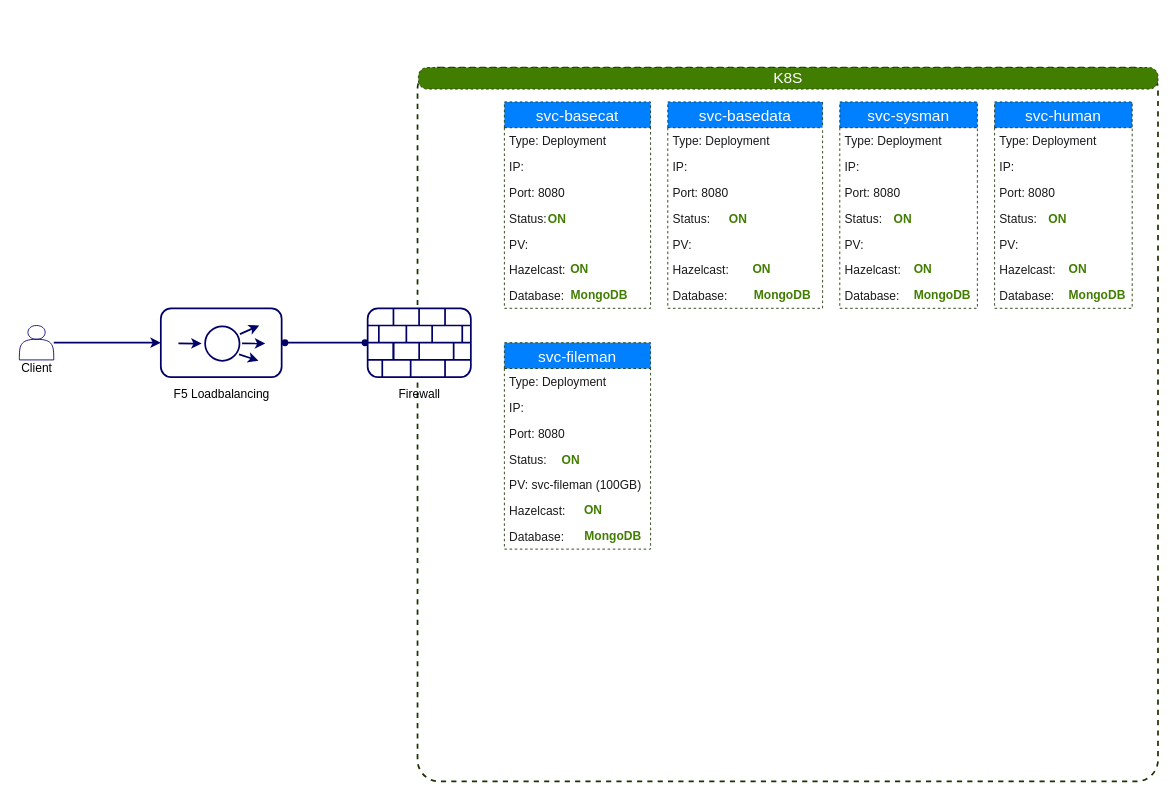
Earlier version of the draw.io diagram Biểu đồ không có tiêu đề.drawio (mitgaming/drawio). Source tidied: cells renumbered, new cells numbered last; positions are measured from the earlier drawing's top-left corner, leaving out a move shared by most shapes. Both pictures are drawn from the tidied source at 86%, with x=0, y=0 at pixel (15, 67).
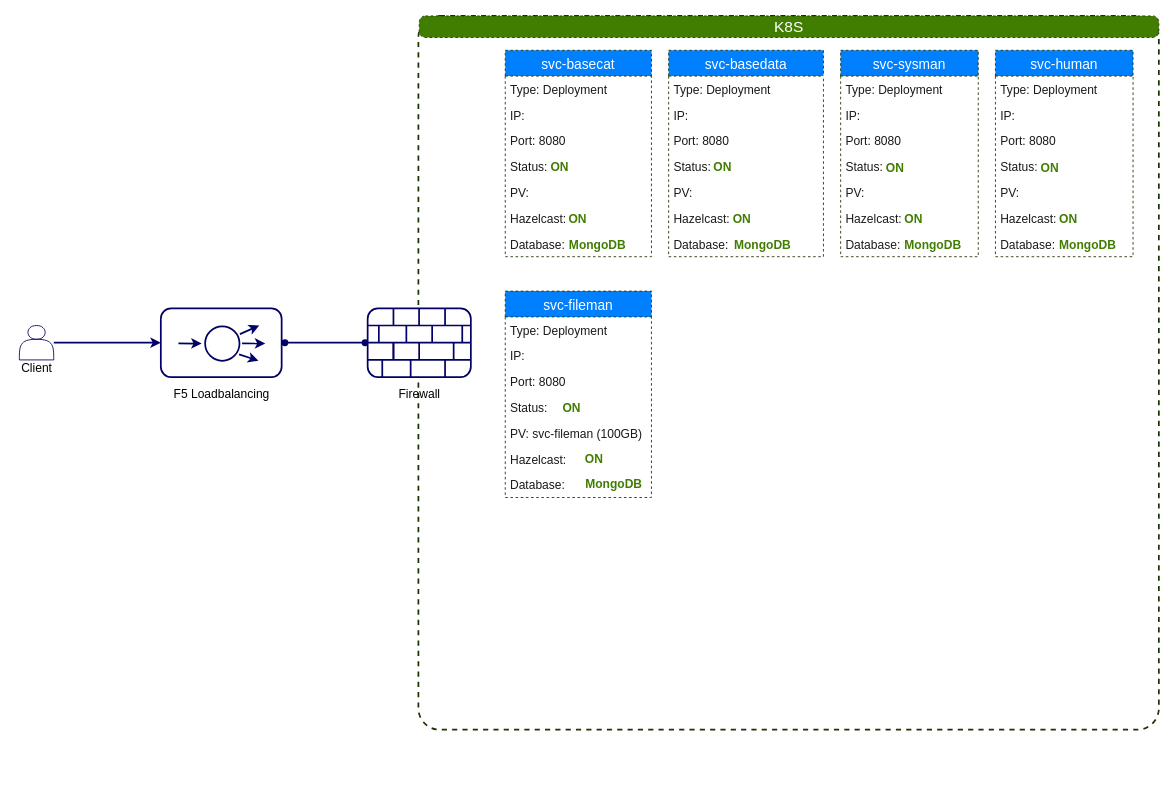
After the change.

Commit message (it also covers changes not shown here):
Cập nhật Biểu đồ không có tiêu đề.drawio

Unchanged cells that the change refers to:
```xml
<mxCell id="21" style="group;" parent="18" vertex="1">
  <mxGeometry x="100" y="40" width="170" height="240" as="geometry" />
</mxCell>
<mxCell id="33" style="group;" parent="18" vertex="1">
  <mxGeometry x="490" y="40" width="160" height="240" as="geometry" />
</mxCell>
<mxCell id="45" style="group;" parent="18" vertex="1">
  <mxGeometry x="100" y="320" width="170" height="240" as="geometry" />
</mxCell>
<mxCell id="57" style="group;" parent="18" vertex="1">
  <mxGeometry x="290" y="40" width="180" height="240" as="geometry" />
</mxCell>
<mxCell id="69" style="group;" parent="18" vertex="1">
  <mxGeometry x="670" y="40" width="160" height="240" as="geometry" />
</mxCell>
```

The edit, as a diff of the source:
```diff
@@
     <mxCell id="18" style="group;" parent="1" vertex="1">
-      <mxGeometry x="469" width="860" height="830" as="geometry" />
+      <mxGeometry x="470" y="-60" width="860" height="830" as="geometry" />
     </mxCell>
@@
-    <mxCell id="20" value="&lt;font color=&quot;#ffffff&quot; style=&quot;font-size: 18px&quot;&gt;K8S&lt;/font&gt;" style="rounded=1;whiteSpace=wrap;html=1;dashed=1;fontSize=14;strokeColor=#1A3300;strokeWidth=1;fillColor=#407D00;arcSize=41;" parent="18" vertex="1">
+    <mxCell id="20" value="&lt;font color=&quot;#ffffff&quot; style=&quot;font-size: 18px&quot;&gt;K8S&lt;/font&gt;" style="rounded=1;whiteSpace=wrap;html=1;dashed=1;fontSize=14;strokeColor=#1A3300;strokeWidth=1;fillColor=#407D00;arcSize=29;" parent="18" vertex="1">
       <mxGeometry width="860" height="25.1" as="geometry" />
     </mxCell>
@@
-    <mxCell id="22" value="svc-basecat" style="swimlane;fontStyle=0;horizontal=1;startSize=30;dashed=1;fontSize=18;fontColor=#FFFFFF;strokeColor=#1A3300;strokeWidth=1;fillColor=#007FFF;" parent="21" vertex="1">
+    <mxCell id="22" value="svc-basecat" style="swimlane;fontStyle=0;horizontal=1;startSize=30;dashed=1;fontSize=16;fontColor=#FFFFFF;strokeColor=#1A3300;strokeWidth=1;fillColor=#007FFF;" parent="21" vertex="1">
       <mxGeometry width="170" height="240" as="geometry" />
     </mxCell>
@@
     <mxCell id="30" value="&lt;b&gt;ON&lt;/b&gt;" style="text;html=1;strokeColor=none;fillColor=none;align=center;verticalAlign=middle;whiteSpace=wrap;rounded=0;dashed=1;fontSize=14;fontColor=#407D00;" parent="21" vertex="1">
-      <mxGeometry x="41.1" y="121" width="41.3" height="30" as="geometry" />
+      <mxGeometry x="43.1" y="121" width="41.3" height="30" as="geometry" />
     </mxCell>
     <mxCell id="31" value="&lt;b&gt;ON&lt;/b&gt;" style="text;html=1;strokeColor=none;fillColor=none;align=center;verticalAlign=middle;whiteSpace=wrap;rounded=0;dashed=1;fontSize=14;fontColor=#407D00;" parent="21" vertex="1">
-      <mxGeometry x="60.5" y="180" width="53.4" height="30" as="geometry" />
+      <mxGeometry x="57.5" y="181" width="53.4" height="30" as="geometry" />
     </mxCell>
     <mxCell id="32" value="&lt;b&gt;MongoDB&lt;/b&gt;" style="text;html=1;strokeColor=none;fillColor=none;align=center;verticalAlign=middle;whiteSpace=wrap;rounded=0;dashed=1;fontSize=14;fontColor=#407D00;" parent="21" vertex="1">
-      <mxGeometry x="73.9" y="210" width="72.9" height="30" as="geometry" />
+      <mxGeometry x="70.9" y="211" width="72.9" height="30" as="geometry" />
     </mxCell>
@@
-    <mxCell id="34" value="svc-sysman" style="swimlane;fontStyle=0;horizontal=1;startSize=30;dashed=1;fontSize=18;fontColor=#FFFFFF;strokeColor=#1A3300;strokeWidth=1;fillColor=#007FFF;" parent="33" vertex="1">
+    <mxCell id="34" value="svc-sysman" style="swimlane;fontStyle=0;horizontal=1;startSize=30;dashed=1;fontSize=16;fontColor=#FFFFFF;strokeColor=#1A3300;strokeWidth=1;fillColor=#007FFF;" parent="33" vertex="1">
       <mxGeometry width="160" height="240" as="geometry" />
     </mxCell>
@@
     <mxCell id="42" value="&lt;b&gt;ON&lt;/b&gt;" style="text;html=1;strokeColor=none;fillColor=none;align=center;verticalAlign=middle;whiteSpace=wrap;rounded=0;dashed=1;fontSize=14;fontColor=#407D00;" parent="33" vertex="1">
-      <mxGeometry x="53.7" y="121" width="38.9" height="30" as="geometry" />
+      <mxGeometry x="43.7" y="122" width="38.9" height="30" as="geometry" />
     </mxCell>
     <mxCell id="43" value="&lt;b&gt;ON&lt;/b&gt;" style="text;html=1;strokeColor=none;fillColor=none;align=center;verticalAlign=middle;whiteSpace=wrap;rounded=0;dashed=1;fontSize=14;fontColor=#407D00;" parent="33" vertex="1">
-      <mxGeometry x="72" y="180" width="50.3" height="30" as="geometry" />
+      <mxGeometry x="60" y="181" width="50.3" height="30" as="geometry" />
     </mxCell>
     <mxCell id="44" value="&lt;b&gt;MongoDB&lt;/b&gt;" style="text;html=1;strokeColor=none;fillColor=none;align=center;verticalAlign=middle;whiteSpace=wrap;rounded=0;dashed=1;fontSize=14;fontColor=#407D00;" parent="33" vertex="1">
-      <mxGeometry x="84.6" y="210" width="68.6" height="30" as="geometry" />
+      <mxGeometry x="72.6" y="211" width="68.6" height="30" as="geometry" />
     </mxCell>
@@
-    <mxCell id="46" value="svc-fileman" style="swimlane;fontStyle=0;horizontal=1;startSize=30;dashed=1;fontSize=18;fontColor=#FFFFFF;strokeColor=#1A3300;strokeWidth=1;fillColor=#007FFF;" parent="45" vertex="1">
+    <mxCell id="46" value="svc-fileman" style="swimlane;fontStyle=0;horizontal=1;startSize=30;dashed=1;fontSize=16;fontColor=#FFFFFF;strokeColor=#1A3300;strokeWidth=1;fillColor=#007FFF;" parent="45" vertex="1">
       <mxGeometry width="170" height="240" as="geometry" />
     </mxCell>
@@
-    <mxCell id="58" value="svc-basedata" style="swimlane;fontStyle=0;horizontal=1;startSize=30;dashed=1;fontSize=18;fontColor=#FFFFFF;strokeColor=#1A3300;strokeWidth=1;fillColor=#007FFF;" parent="57" vertex="1">
+    <mxCell id="58" value="svc-basedata" style="swimlane;fontStyle=0;horizontal=1;startSize=30;dashed=1;fontSize=16;fontColor=#FFFFFF;strokeColor=#1A3300;strokeWidth=1;fillColor=#007FFF;" parent="57" vertex="1">
       <mxGeometry width="180" height="240" as="geometry" />
     </mxCell>
@@
     <mxCell id="66" value="&lt;b&gt;ON&lt;/b&gt;" style="text;html=1;strokeColor=none;fillColor=none;align=center;verticalAlign=middle;whiteSpace=wrap;rounded=0;dashed=1;fontSize=14;fontColor=#407D00;" parent="57" vertex="1">
-      <mxGeometry x="60.4" y="121" width="43.7" height="30" as="geometry" />
+      <mxGeometry x="41.4" y="121" width="43.7" height="30" as="geometry" />
     </mxCell>
     <mxCell id="67" value="&lt;b&gt;ON&lt;/b&gt;" style="text;html=1;strokeColor=none;fillColor=none;align=center;verticalAlign=middle;whiteSpace=wrap;rounded=0;dashed=1;fontSize=14;fontColor=#407D00;" parent="57" vertex="1">
-      <mxGeometry x="81" y="180" width="56.6" height="30" as="geometry" />
+      <mxGeometry x="57" y="181" width="56.6" height="30" as="geometry" />
     </mxCell>
     <mxCell id="68" value="&lt;b&gt;MongoDB&lt;/b&gt;" style="text;html=1;strokeColor=none;fillColor=none;align=center;verticalAlign=middle;whiteSpace=wrap;rounded=0;dashed=1;fontSize=14;fontColor=#407D00;" parent="57" vertex="1">
-      <mxGeometry x="95.1" y="210" width="77.1" height="30" as="geometry" />
+      <mxGeometry x="71.1" y="211" width="77.1" height="30" as="geometry" />
     </mxCell>
@@
-    <mxCell id="70" value="svc-human" style="swimlane;fontStyle=0;horizontal=1;startSize=30;dashed=1;fontSize=18;fontColor=#FFFFFF;strokeColor=#1A3300;strokeWidth=1;fillColor=#007FFF;" parent="69" vertex="1">
+    <mxCell id="70" value="svc-human" style="swimlane;fontStyle=0;horizontal=1;startSize=30;dashed=1;fontSize=16;fontColor=#FFFFFF;strokeColor=#1A3300;strokeWidth=1;fillColor=#007FFF;" parent="69" vertex="1">
       <mxGeometry width="160" height="240" as="geometry" />
     </mxCell>
@@
     <mxCell id="78" value="&lt;b&gt;ON&lt;/b&gt;" style="text;html=1;strokeColor=none;fillColor=none;align=center;verticalAlign=middle;whiteSpace=wrap;rounded=0;dashed=1;fontSize=14;fontColor=#407D00;" parent="69" vertex="1">
-      <mxGeometry x="53.7" y="121" width="38.9" height="30" as="geometry" />
+      <mxGeometry x="43.7" y="122" width="38.9" height="30" as="geometry" />
     </mxCell>
     <mxCell id="79" value="&lt;b&gt;ON&lt;/b&gt;" style="text;html=1;strokeColor=none;fillColor=none;align=center;verticalAlign=middle;whiteSpace=wrap;rounded=0;dashed=1;fontSize=14;fontColor=#407D00;" parent="69" vertex="1">
-      <mxGeometry x="72" y="180" width="50.3" height="30" as="geometry" />
+      <mxGeometry x="60" y="181" width="50.3" height="30" as="geometry" />
     </mxCell>
     <mxCell id="80" value="&lt;b&gt;MongoDB&lt;/b&gt;" style="text;html=1;strokeColor=none;fillColor=none;align=center;verticalAlign=middle;whiteSpace=wrap;rounded=0;dashed=1;fontSize=14;fontColor=#407D00;" parent="69" vertex="1">
-      <mxGeometry x="84.6" y="210" width="68.6" height="30" as="geometry" />
+      <mxGeometry x="72.6" y="211" width="68.6" height="30" as="geometry" />
     </mxCell>
```
